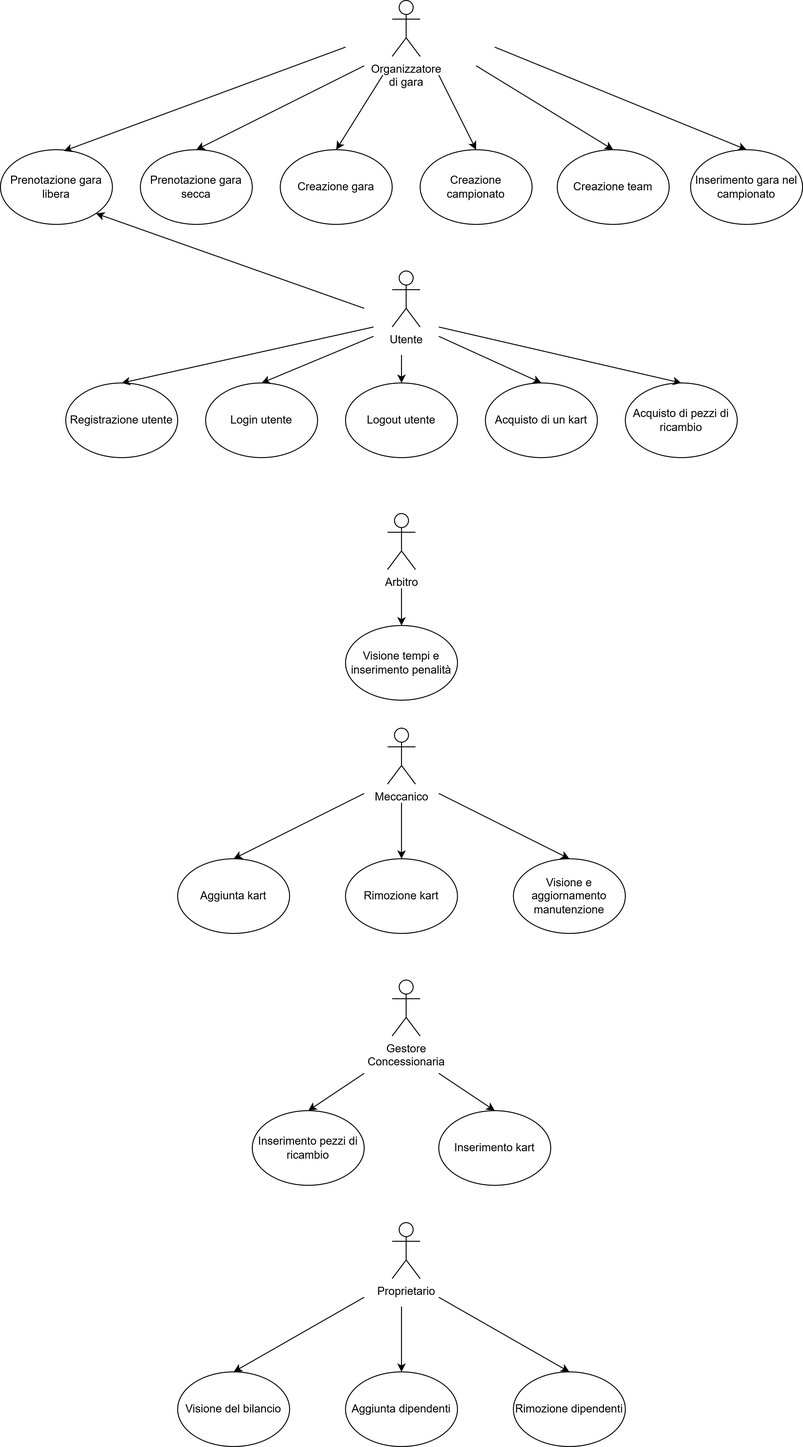
The draw.io diagram Documenti/Diagramma casi d'uso/Diagramma casi d'uso.png in IngSW-unipv/Progetto-I25, before a commit. Source tidied: cells renumbered, new cells last; positions are measured from the earlier drawing's top-left corner, leaving out a move shared by most shapes.
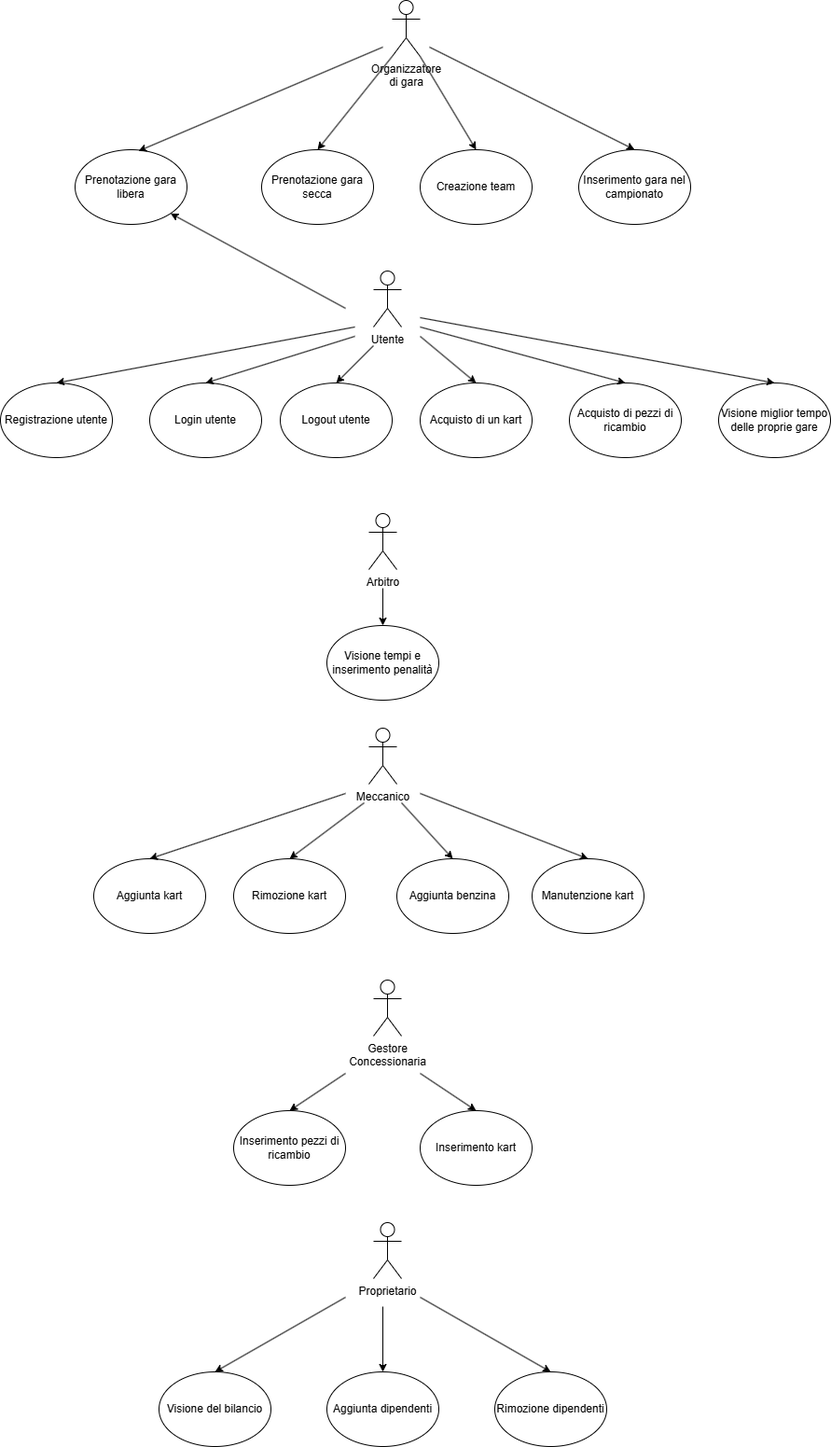
The same diagram one commit later.

Diff of the diagram source:
```diff
@@ -12,25 +12,19 @@
       <mxGeometry x="415" y="550" width="30" height="60" as="geometry" />
     </mxCell>
     <mxCell id="5" value="Prenotazione gara secca" style="ellipse;whiteSpace=wrap;html=1;" parent="1" vertex="1">
-      <mxGeometry x="150" y="160" width="120" height="80" as="geometry" />
+      <mxGeometry x="300" y="160" width="120" height="80" as="geometry" />
     </mxCell>
     <mxCell id="6" value="Prenotazione gara libera" style="ellipse;whiteSpace=wrap;html=1;" parent="1" vertex="1">
-      <mxGeometry y="160" width="120" height="80" as="geometry" />
+      <mxGeometry x="100" y="160" width="120" height="80" as="geometry" />
     </mxCell>
-    <mxCell id="7" value="Creazione gara" style="ellipse;whiteSpace=wrap;html=1;" parent="1" vertex="1">
-      <mxGeometry x="300" y="160" width="120" height="80" as="geometry" />
-    </mxCell>
-    <mxCell id="8" value="Creazione campionato" style="ellipse;whiteSpace=wrap;html=1;" parent="1" vertex="1">
-      <mxGeometry x="450" y="160" width="120" height="80" as="geometry" />
-    </mxCell>
     <mxCell id="9" value="Creazione team" style="ellipse;whiteSpace=wrap;html=1;" parent="1" vertex="1">
-      <mxGeometry x="597" y="160" width="120" height="80" as="geometry" />
+      <mxGeometry x="470" y="160" width="120" height="80" as="geometry" />
     </mxCell>
     <mxCell id="10" value="Inserimento gara nel campionato" style="ellipse;whiteSpace=wrap;html=1;" parent="1" vertex="1">
-      <mxGeometry x="740" y="160" width="120" height="80" as="geometry" />
+      <mxGeometry x="640" y="160" width="120" height="80" as="geometry" />
     </mxCell>
     <mxCell id="11" value="Organizzatore&lt;br&gt;di gara" style="shape=umlActor;verticalLabelPosition=bottom;verticalAlign=top;html=1;outlineConnect=0;" parent="1" vertex="1">
-      <mxGeometry x="420" width="30" height="60" as="geometry" />
+      <mxGeometry x="440" width="30" height="60" as="geometry" />
     </mxCell>
     <mxCell id="12" value="Gestore&lt;br&gt;Concessionaria" style="shape=umlActor;verticalLabelPosition=bottom;verticalAlign=top;html=1;" parent="1" vertex="1">
       <mxGeometry x="420" y="1050" width="30" height="60" as="geometry" />
@@ -42,28 +36,28 @@
       <mxGeometry x="370" y="670" width="120" height="80" as="geometry" />
     </mxCell>
     <mxCell id="15" value="Aggiunta kart" style="ellipse;whiteSpace=wrap;html=1;" parent="1" vertex="1">
-      <mxGeometry x="190" y="920" width="120" height="80" as="geometry" />
+      <mxGeometry x="120" y="920" width="120" height="80" as="geometry" />
     </mxCell>
     <mxCell id="16" value="Rimozione kart" style="ellipse;whiteSpace=wrap;html=1;" parent="1" vertex="1">
-      <mxGeometry x="370" y="920" width="120" height="80" as="geometry" />
+      <mxGeometry x="270" y="920" width="120" height="80" as="geometry" />
     </mxCell>
-    <mxCell id="17" value="Visione e aggiornamento manutenzione" style="ellipse;whiteSpace=wrap;html=1;" parent="1" vertex="1">
-      <mxGeometry x="550" y="920" width="120" height="80" as="geometry" />
+    <mxCell id="17" value="Manutenzione kart" style="ellipse;whiteSpace=wrap;html=1;" parent="1" vertex="1">
+      <mxGeometry x="590" y="920" width="120" height="80" as="geometry" />
     </mxCell>
     <mxCell id="18" value="Registrazione utente" style="ellipse;whiteSpace=wrap;html=1;" parent="1" vertex="1">
-      <mxGeometry x="70" y="410" width="120" height="80" as="geometry" />
+      <mxGeometry x="20" y="410" width="120" height="80" as="geometry" />
     </mxCell>
     <mxCell id="19" value="Login utente" style="ellipse;whiteSpace=wrap;html=1;" parent="1" vertex="1">
-      <mxGeometry x="220" y="410" width="120" height="80" as="geometry" />
+      <mxGeometry x="180" y="410" width="120" height="80" as="geometry" />
     </mxCell>
     <mxCell id="20" value="Logout&lt;span style=&quot;background-color: transparent; color: light-dark(rgb(0, 0, 0), rgb(255, 255, 255));&quot;&gt;&amp;nbsp;utente&lt;/span&gt;" style="ellipse;whiteSpace=wrap;html=1;" parent="1" vertex="1">
-      <mxGeometry x="370" y="410" width="120" height="80" as="geometry" />
+      <mxGeometry x="320" y="410" width="120" height="80" as="geometry" />
     </mxCell>
     <mxCell id="21" value="Acquisto di un kart" style="ellipse;whiteSpace=wrap;html=1;" parent="1" vertex="1">
-      <mxGeometry x="520" y="410" width="120" height="80" as="geometry" />
+      <mxGeometry x="470" y="410" width="120" height="80" as="geometry" />
     </mxCell>
     <mxCell id="22" value="Acquisto di pezzi di ricambio" style="ellipse;whiteSpace=wrap;html=1;" parent="1" vertex="1">
-      <mxGeometry x="670" y="410" width="120" height="80" as="geometry" />
+      <mxGeometry x="630" y="410" width="120" height="80" as="geometry" />
     </mxCell>
     <mxCell id="23" value="Visione del bilancio" style="ellipse;whiteSpace=wrap;html=1;" parent="1" vertex="1">
       <mxGeometry x="190" y="1470" width="120" height="80" as="geometry" />
@@ -80,36 +74,22 @@
     <mxCell id="27" value="Inserimento pezzi di ricambio" style="ellipse;whiteSpace=wrap;html=1;" parent="1" vertex="1">
       <mxGeometry x="270" y="1190" width="120" height="80" as="geometry" />
     </mxCell>
-    <mxCell id="28" style="endArrow=classic;html=1;rounded=0;entryX=0.5;entryY=0;entryDx=0;entryDy=0;" parent="1" edge="1" target="7">
-      <mxGeometry relative="1" as="geometry">
-        <mxPoint x="410" y="80" as="sourcePoint" />
-      </mxGeometry>
-    </mxCell>
-    <mxCell id="29" style="endArrow=classic;html=1;rounded=0;entryX=0.5;entryY=0;entryDx=0;entryDy=0;" parent="1" edge="1" target="9">
-      <mxGeometry relative="1" as="geometry">
-        <mxPoint x="510" y="70" as="sourcePoint" />
-      </mxGeometry>
+    <mxCell id="29" style="endArrow=classic;html=1;rounded=0;entryX=0.5;entryY=0;entryDx=0;entryDy=0;exitX=1;exitY=1;exitDx=0;exitDy=0;exitPerimeter=0;" parent="1" edge="1" source="11" target="9">
+      <mxGeometry relative="1" as="geometry" />
     </mxCell>
     <mxCell id="30" style="endArrow=classic;html=1;rounded=0;entryX=0.5;entryY=0;entryDx=0;entryDy=0;" parent="1" edge="1" target="10">
       <mxGeometry relative="1" as="geometry">
-        <mxPoint x="530" y="50" as="sourcePoint" />
+        <mxPoint x="480" y="50" as="sourcePoint" />
       </mxGeometry>
     </mxCell>
     <mxCell id="31" style="endArrow=classic;html=1;rounded=0;entryX=0.567;entryY=0.017;entryDx=0;entryDy=0;entryPerimeter=0;" parent="1" edge="1" target="6">
       <mxGeometry relative="1" as="geometry">
-        <mxPoint x="370" y="50" as="sourcePoint" />
+        <mxPoint x="430" y="50" as="sourcePoint" />
       </mxGeometry>
     </mxCell>
-    <mxCell id="32" style="endArrow=classic;html=1;rounded=0;entryX=0.5;entryY=0;entryDx=0;entryDy=0;" parent="1" edge="1" target="5">
-      <mxGeometry relative="1" as="geometry">
-        <mxPoint x="390" y="70" as="sourcePoint" />
-      </mxGeometry>
+    <mxCell id="32" style="endArrow=classic;html=1;rounded=0;entryX=0.5;entryY=0;entryDx=0;entryDy=0;exitX=0;exitY=1;exitDx=0;exitDy=0;exitPerimeter=0;" parent="1" edge="1" source="11" target="5">
+      <mxGeometry relative="1" as="geometry" />
     </mxCell>
-    <mxCell id="33" style="endArrow=classic;html=1;rounded=0;entryX=0.5;entryY=0;entryDx=0;entryDy=0;" parent="1" edge="1" target="8">
-      <mxGeometry relative="1" as="geometry">
-        <mxPoint x="470" y="80" as="sourcePoint" />
-      </mxGeometry>
-    </mxCell>
     <mxCell id="34" style="endArrow=classic;html=1;rounded=0;entryX=0.5;entryY=0;entryDx=0;entryDy=0;" parent="1" edge="1" target="18">
       <mxGeometry relative="1" as="geometry">
         <mxPoint x="400" y="350" as="sourcePoint" />
@@ -127,7 +107,7 @@
     </mxCell>
     <mxCell id="37" style="endArrow=classic;html=1;rounded=0;entryX=0.5;entryY=0;entryDx=0;entryDy=0;" parent="1" edge="1" target="20">
       <mxGeometry relative="1" as="geometry">
-        <mxPoint x="430" y="380" as="sourcePoint" />
+        <mxPoint x="420" y="370" as="sourcePoint" />
       </mxGeometry>
     </mxCell>
     <mxCell id="38" style="endArrow=classic;html=1;rounded=0;entryX=0.5;entryY=0;entryDx=0;entryDy=0;" parent="1" edge="1" target="21">
@@ -157,7 +137,7 @@
     </mxCell>
     <mxCell id="43" style="endArrow=classic;html=1;rounded=0;entryX=0.5;entryY=0;entryDx=0;entryDy=0;" parent="1" edge="1" target="16">
       <mxGeometry relative="1" as="geometry">
-        <mxPoint x="430" y="860" as="sourcePoint" />
+        <mxPoint x="410" y="860" as="sourcePoint" />
       </mxGeometry>
     </mxCell>
     <mxCell id="44" style="endArrow=classic;html=1;rounded=0;entryX=0.5;entryY=0;entryDx=0;entryDy=0;" parent="1" edge="1" target="27">
@@ -185,5 +165,21 @@
         <mxPoint x="470" y="1390" as="sourcePoint" />
       </mxGeometry>
     </mxCell>
+    <mxCell id="49" value="Aggiunta benzina" style="ellipse;whiteSpace=wrap;html=1;" parent="1" vertex="1">
+      <mxGeometry x="445" y="920" width="120" height="80" as="geometry" />
+    </mxCell>
+    <mxCell id="50" style="endArrow=classic;html=1;rounded=0;entryX=0.5;entryY=0;entryDx=0;entryDy=0;" parent="1" edge="1" target="49">
+      <mxGeometry relative="1" as="geometry">
+        <mxPoint x="450" y="860" as="sourcePoint" />
+      </mxGeometry>
+    </mxCell>
+    <mxCell id="51" value="Visione miglior tempo&lt;br&gt;delle proprie gare" style="ellipse;whiteSpace=wrap;html=1;" parent="1" vertex="1">
+      <mxGeometry x="790" y="410" width="120" height="80" as="geometry" />
+    </mxCell>
+    <mxCell id="52" style="endArrow=classic;html=1;rounded=0;entryX=0.5;entryY=0;entryDx=0;entryDy=0;" parent="1" edge="1" target="51">
+      <mxGeometry relative="1" as="geometry">
+        <mxPoint x="470" y="340" as="sourcePoint" />
+      </mxGeometry>
+    </mxCell>
   </root>
 </mxGraphModel>
```
